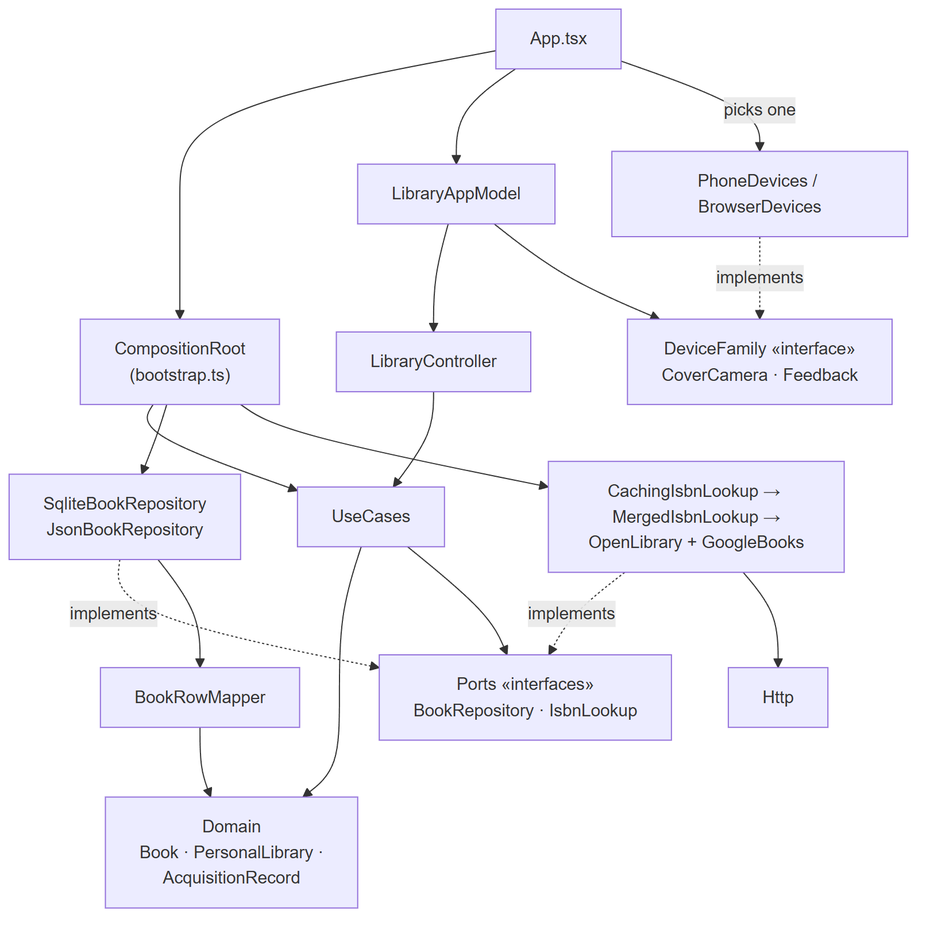
Earlier version of the Mermaid export docs/design/figures/dependency.png (ghechavarria/cen5064-project-hechavarria). Its source is kept beside it as docs/design/diagrams/dependency.mmd.
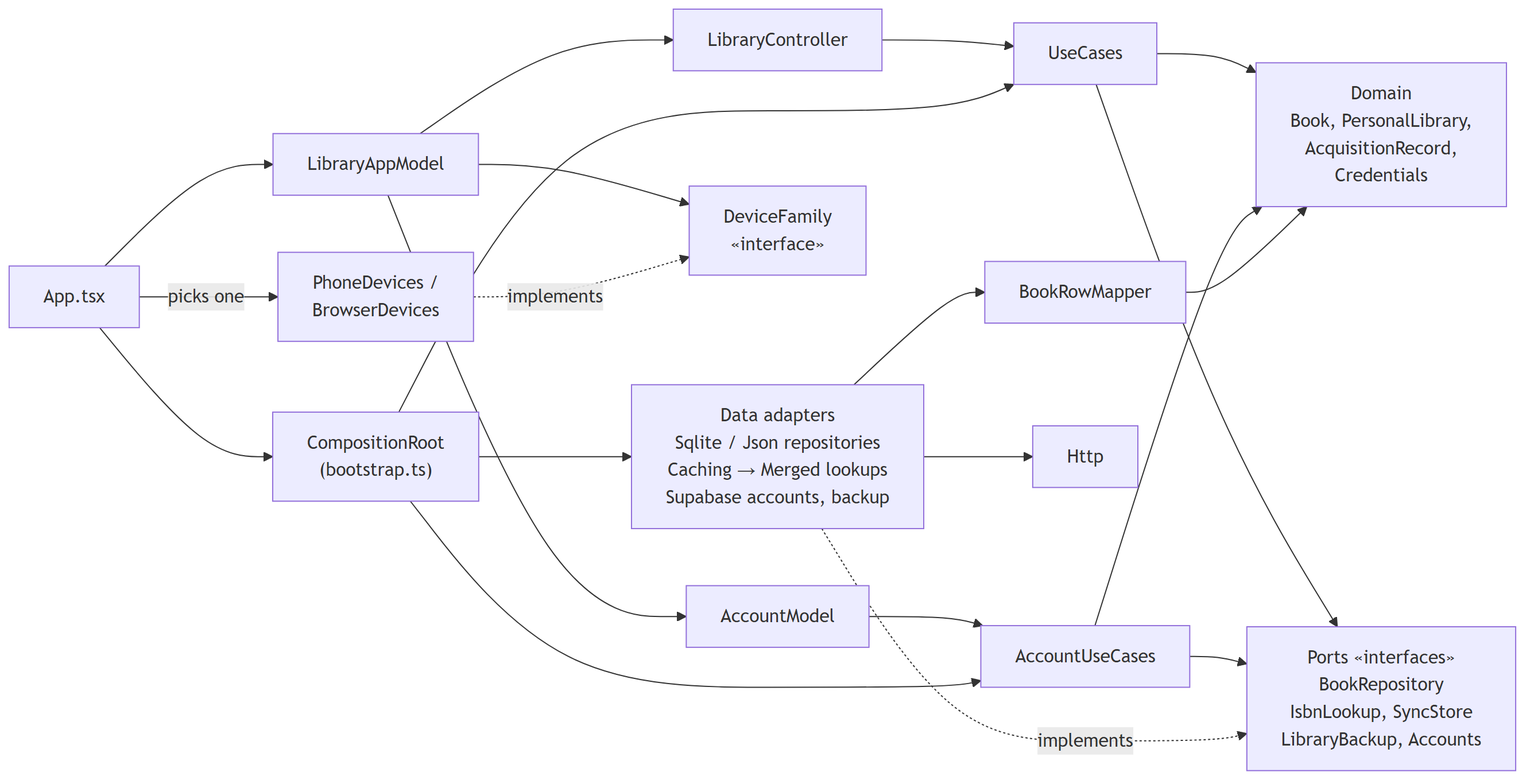
Later version of the same file.

The edit, as a diff of the source:
```diff
@@ -1,18 +1,21 @@
-flowchart TB
+flowchart LR
     App["App.tsx"] --> Root["CompositionRoot<br/>(bootstrap.ts)"]
     App --> Model["LibraryAppModel"]
+    App -- picks one --> Devices["PhoneDevices /<br/>BrowserDevices"]
+    Model --> Account["AccountModel"]
     Model --> Controller["LibraryController"]
-    Model --> Family["DeviceFamily «interface»<br/>CoverCamera · Feedback"]
-    Devices["PhoneDevices / BrowserDevices"] -. implements .-> Family
-    App -- picks one --> Devices
+    Model --> Family["DeviceFamily<br/>«interface»"]
+    Devices -. implements .-> Family
     Controller --> UC["UseCases"]
-    UC --> Domain["Domain<br/>Book · PersonalLibrary ·<br/>AcquisitionRecord"]
-    UC --> Ports["Ports «interfaces»<br/>BookRepository · IsbnLookup"]
-    Repos["SqliteBookRepository<br/>JsonBookRepository"] -. implements .-> Ports
-    Lookups["CachingIsbnLookup → MergedIsbnLookup →<br/>OpenLibrary + GoogleBooks"] -. implements .-> Ports
+    Account --> AUC["AccountUseCases"]
+    UC --> Domain["Domain<br/>Book, PersonalLibrary,<br/>AcquisitionRecord,<br/>Credentials"]
+    AUC --> Domain
+    UC --> Ports["Ports «interfaces»<br/>BookRepository<br/>IsbnLookup, SyncStore<br/>LibraryBackup, Accounts"]
+    AUC --> Ports
+    Adapters["Data adapters<br/>Sqlite / Json repositories<br/>Caching → Merged lookups<br/>Supabase accounts, backup"] -. implements .-> Ports
     Root --> UC
-    Root --> Repos
-    Root --> Lookups
-    Lookups --> Http["Http"]
-    Repos --> Mapper["BookRowMapper"]
+    Root --> AUC
+    Root --> Adapters
+    Adapters --> Http["Http"]
+    Adapters --> Mapper["BookRowMapper"]
     Mapper --> Domain
```
